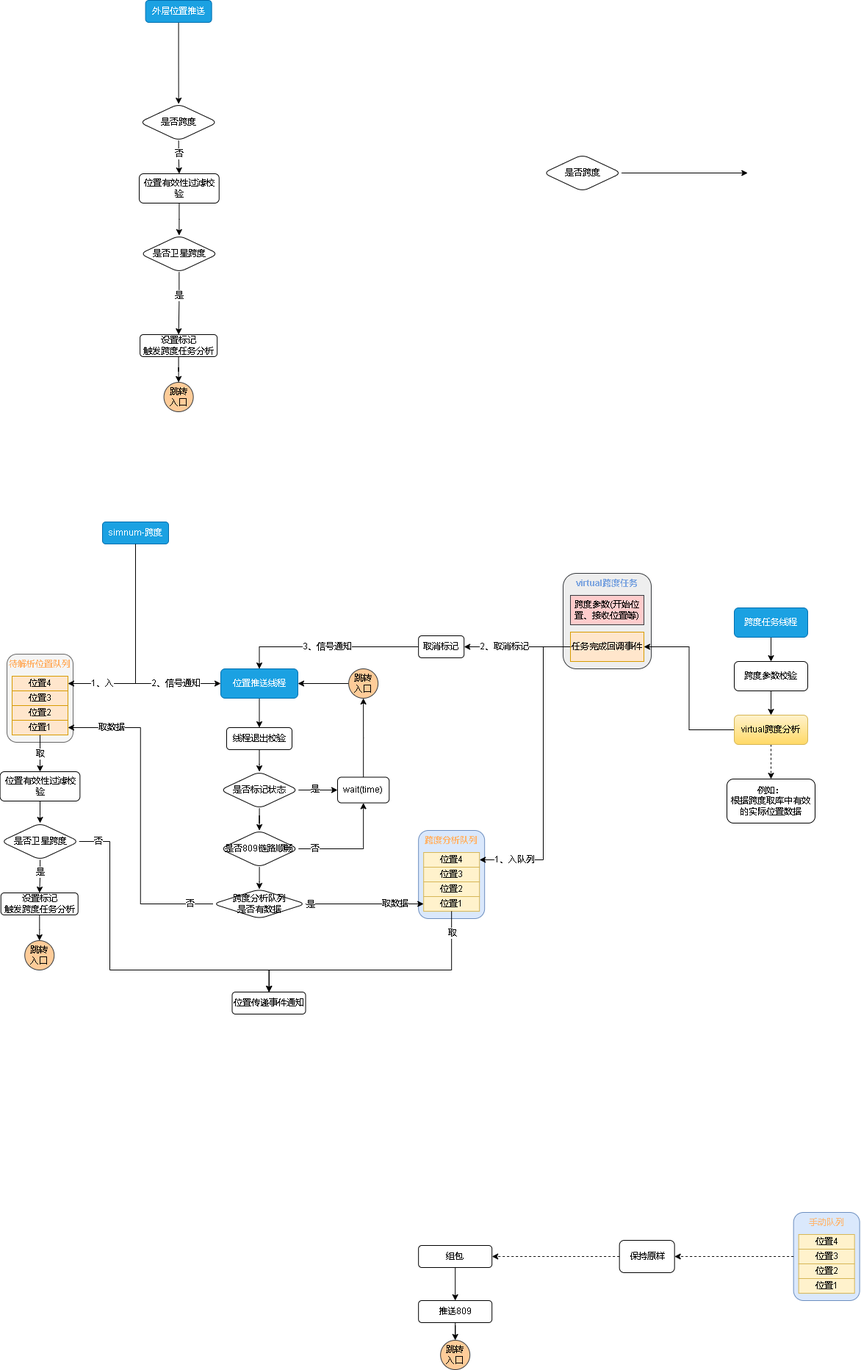
Before: 809数据跨度.drawio.png, a diagram exported from draw.io (xktder/draw). Source tidied: cells renumbered, new cells last; positions are measured from the earlier drawing's top-left corner, leaving out a move shared by most shapes.
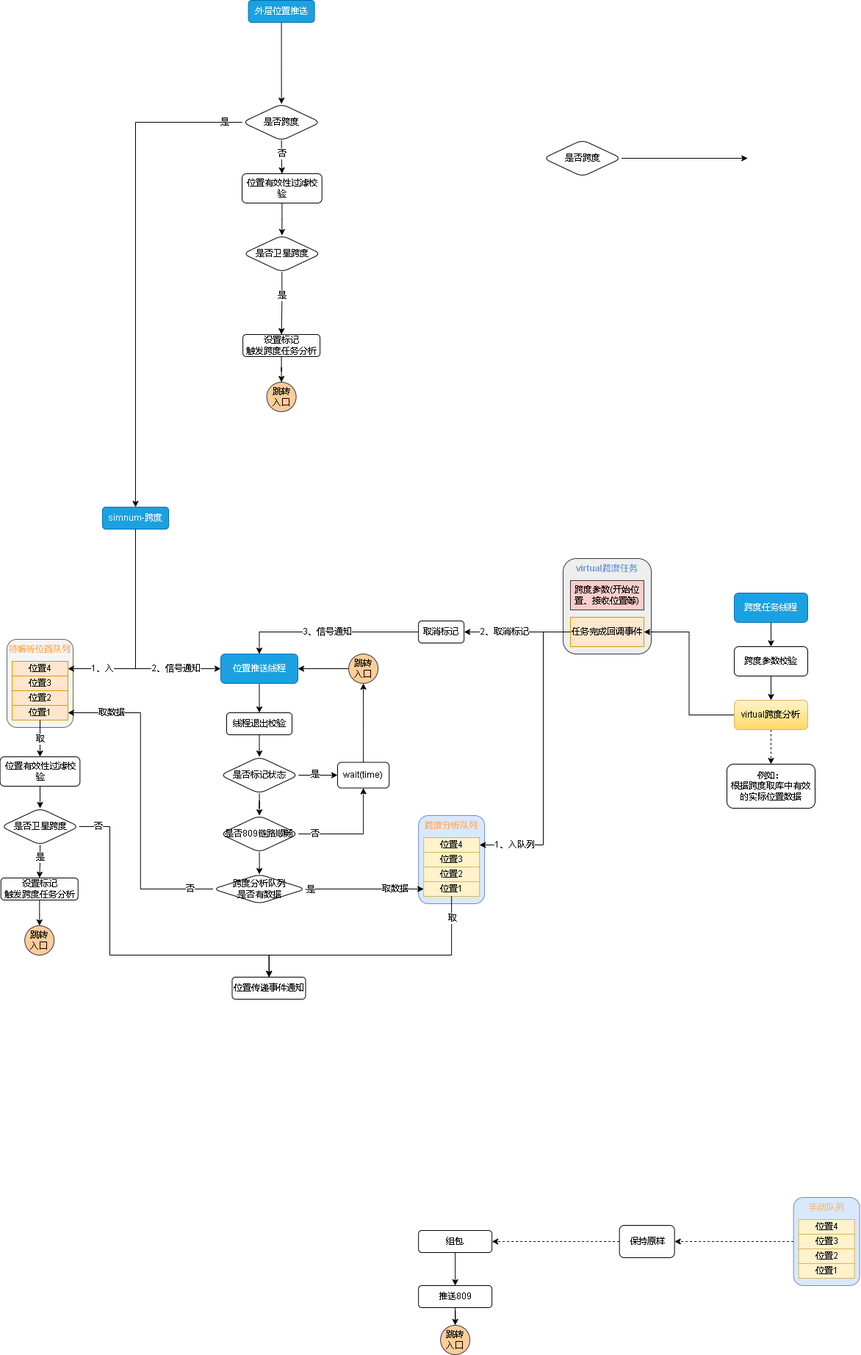
After the change.

Commit message:
更新809数据跨度.drawio.png

What changed in the source:
```diff
@@ -317,7 +317,7 @@
       <mxGeometry relative="1" as="geometry" />
     </mxCell>
     <mxCell id="91" value="外层位置推送" style="rounded=1;whiteSpace=wrap;html=1;fillColor=#1ba1e2;fontColor=#ffffff;strokeColor=#006EAF;" parent="1" vertex="1">
-      <mxGeometry x="197.6" width="90" height="30" as="geometry" />
+      <mxGeometry x="337.6" y="20" width="90" height="30" as="geometry" />
     </mxCell>
     <mxCell id="92" style="edgeStyle=orthogonalEdgeStyle;rounded=0;jettySize=auto;html=1;fontColor=#7EA6E0;" parent="1" edge="1" source="93">
       <mxGeometry relative="1" as="geometry">
@@ -331,7 +331,7 @@
       <mxGeometry relative="1" as="geometry" />
     </mxCell>
     <mxCell id="95" value="位置有效性过滤校验" style="rounded=1;whiteSpace=wrap;html=1;fontFamily=Helvetica;fontSize=12;fontColor=default;align=center;strokeColor=default;fillColor=default;" parent="1" vertex="1">
-      <mxGeometry x="189" y="236" width="108.8" height="40" as="geometry" />
+      <mxGeometry x="329" y="256" width="108.8" height="40" as="geometry" />
     </mxCell>
     <mxCell id="96" style="edgeStyle=orthogonalEdgeStyle;rounded=0;jettySize=auto;html=1;fontColor=#000000;entryX=0.5;entryY=0;entryDx=0;entryDy=0;" parent="1" edge="1" source="98" target="100">
       <mxGeometry relative="1" as="geometry" />
@@ -340,16 +340,16 @@
       <mxGeometry x="-0.26" y="-1" relative="1" as="geometry" />
     </mxCell>
     <mxCell id="98" value="是否卫星跨度" style="rhombus;whiteSpace=wrap;html=1;fontColor=#000000;rounded=1;" parent="1" vertex="1">
-      <mxGeometry x="190.1" y="320" width="106.5" height="50" as="geometry" />
+      <mxGeometry x="330.1" y="340" width="106.5" height="50" as="geometry" />
     </mxCell>
     <mxCell id="99" style="edgeStyle=orthogonalEdgeStyle;rounded=0;jettySize=auto;html=1;fontColor=#000000;" parent="1" edge="1" source="100" target="101">
       <mxGeometry relative="1" as="geometry" />
     </mxCell>
     <mxCell id="100" value="设置标记&lt;br&gt;触发跨度任务分析" style="rounded=1;whiteSpace=wrap;html=1;fontColor=#000000;" parent="1" vertex="1">
-      <mxGeometry x="190.1" y="455" width="105" height="30" as="geometry" />
+      <mxGeometry x="330.1" y="475" width="105" height="30" as="geometry" />
     </mxCell>
     <mxCell id="101" value="跳转&lt;br&gt;入口" style="ellipse;whiteSpace=wrap;html=1;fillColor=#ffcc99;strokeColor=#36393d;" parent="1" vertex="1">
-      <mxGeometry x="222.6" y="520" width="40" height="40" as="geometry" />
+      <mxGeometry x="362.6" y="540" width="40" height="40" as="geometry" />
     </mxCell>
     <mxCell id="102" style="edgeStyle=orthogonalEdgeStyle;rounded=0;jettySize=auto;html=1;fontColor=#7EA6E0;" parent="1" edge="1" source="104" target="95">
       <mxGeometry relative="1" as="geometry" />
@@ -357,8 +357,16 @@
     <mxCell id="103" value="&lt;font color=&quot;#000000&quot;&gt;否&lt;/font&gt;" style="edgeLabel;html=1;align=center;verticalAlign=middle;fontColor=#7EA6E0;" parent="102" vertex="1">
       <mxGeometry x="-0.25" relative="1" as="geometry" />
     </mxCell>
+    <mxCell id="105" style="edgeStyle=orthogonalEdgeStyle;rounded=0;jettySize=auto;html=1;entryX=0.5;entryY=0;entryDx=0;entryDy=0;fontColor=#000000;" parent="1" edge="1" source="104" target="4">
+      <mxGeometry relative="1" as="geometry" />
+    </mxCell>
+    <mxCell id="106" value="是" style="edgeLabel;html=1;align=center;verticalAlign=middle;fontColor=#000000;" parent="105" vertex="1">
+      <mxGeometry x="-0.92" y="-2" relative="1" as="geometry">
+        <mxPoint y="2" as="offset" />
+      </mxGeometry>
+    </mxCell>
     <mxCell id="104" value="是否跨度" style="rhombus;whiteSpace=wrap;html=1;fontColor=#000000;rounded=1;" parent="1" vertex="1">
-      <mxGeometry x="189.4" y="141" width="106.5" height="50" as="geometry" />
+      <mxGeometry x="329.4" y="161" width="106.5" height="50" as="geometry" />
     </mxCell>
   </root>
 </mxGraphModel>
```
